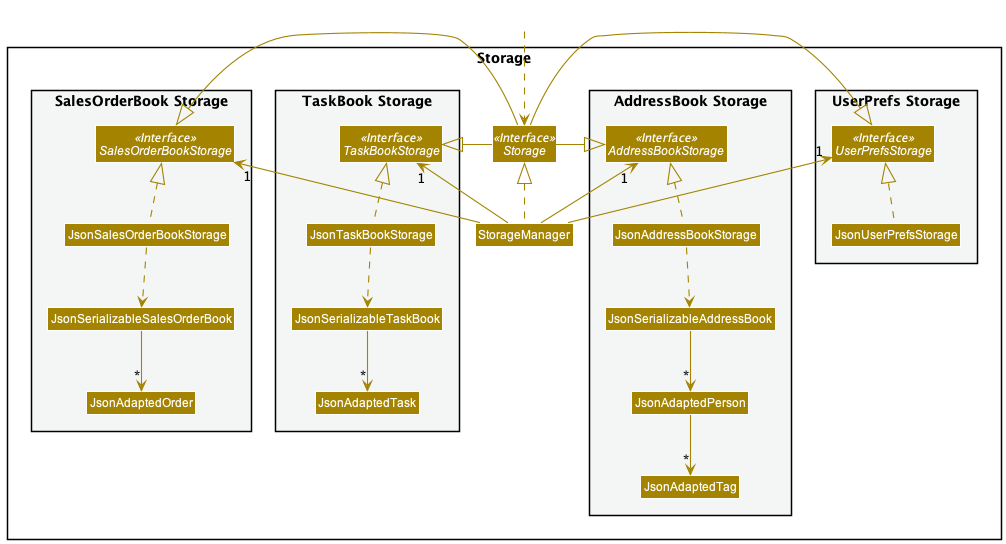
Earlier version of the PlantUML export docs/images/StorageClassDiagram.png (nus-cs2103-AY2122S1/tp).
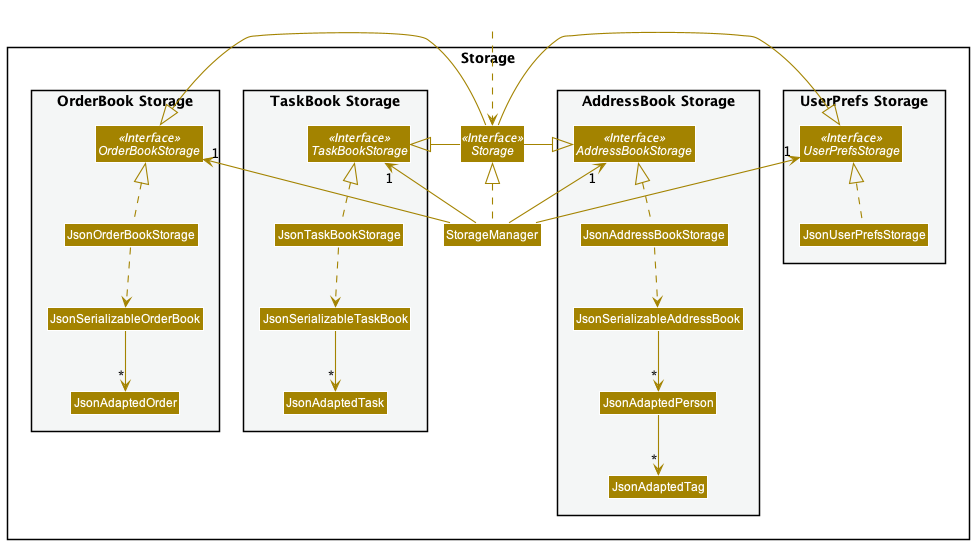
After the commit.

Change to the diagram source:
```diff
@@ -30,10 +30,10 @@
 Class JsonAdaptedTask
 }
 
-package "SalesOrderBook Storage" #F4F6F6{
-Interface SalesOrderBookStorage <<Interface>>
-Class JsonSalesOrderBookStorage
-Class JsonSerializableSalesOrderBook
+package "OrderBook Storage" #F4F6F6{
+Interface OrderBookStorage <<Interface>>
+Class JsonOrderBookStorage
+Class JsonSerializableOrderBook
 Class JsonAdaptedOrder
 }
 
@@ -46,12 +46,12 @@
 StorageManager -up-> "1" UserPrefsStorage
 StorageManager -up-> "1" AddressBookStorage
 StorageManager -up-> "1" TaskBookStorage
-StorageManager -up-> "1" SalesOrderBookStorage
+StorageManager -up-> "1" OrderBookStorage
 
 Storage -left-|> UserPrefsStorage
 Storage -right-|> AddressBookStorage
 Storage -left-|> TaskBookStorage
-Storage -right-|> SalesOrderBookStorage
+Storage -right-|> OrderBookStorage
 
 JsonUserPrefsStorage .up.|> UserPrefsStorage
 JsonAddressBookStorage .up.|> AddressBookStorage
@@ -63,9 +63,9 @@
 JsonTaskBookStorage ..> JsonSerializableTaskBook
 JsonSerializableTaskBook --> "*" JsonAdaptedTask
 
-JsonSalesOrderBookStorage .up.|> SalesOrderBookStorage
-JsonSalesOrderBookStorage ..> JsonSerializableSalesOrderBook
-JsonSerializableSalesOrderBook --> "*" JsonAdaptedOrder
+JsonOrderBookStorage .up.|> OrderBookStorage
+JsonOrderBookStorage ..> JsonSerializableOrderBook
+JsonSerializableOrderBook --> "*" JsonAdaptedOrder
 
 
 @enduml
```
